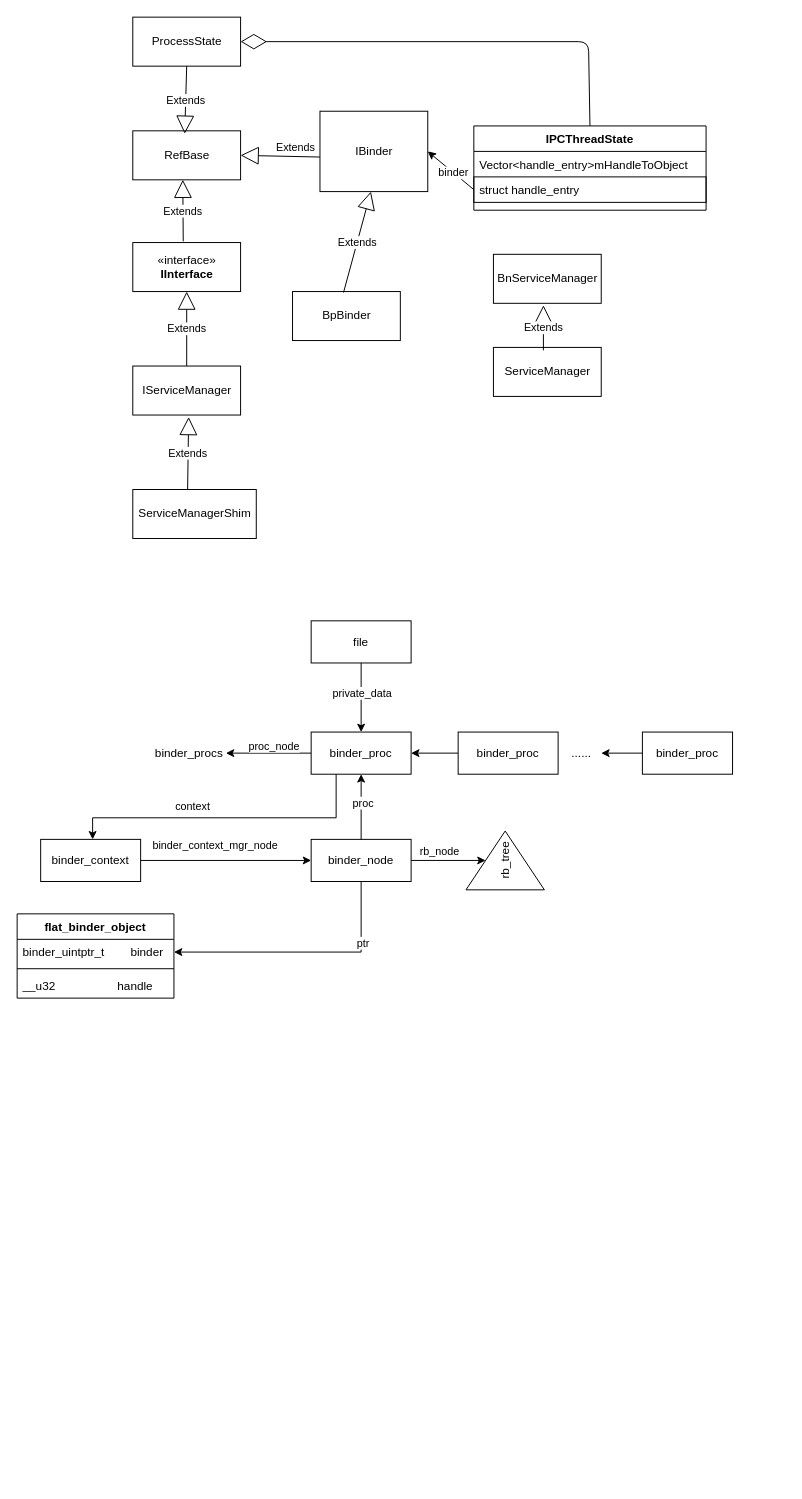
Earlier version of the draw.io diagram Untitled Diagram.drawio (jasonactions/graph). Source tidied: cells renumbered, new cells numbered last; positions are measured from the earlier drawing's top-left corner, leaving out a move shared by most shapes. Both pictures are drawn from the tidied source at 98%, with x=0, y=0 at pixel (17, 17).
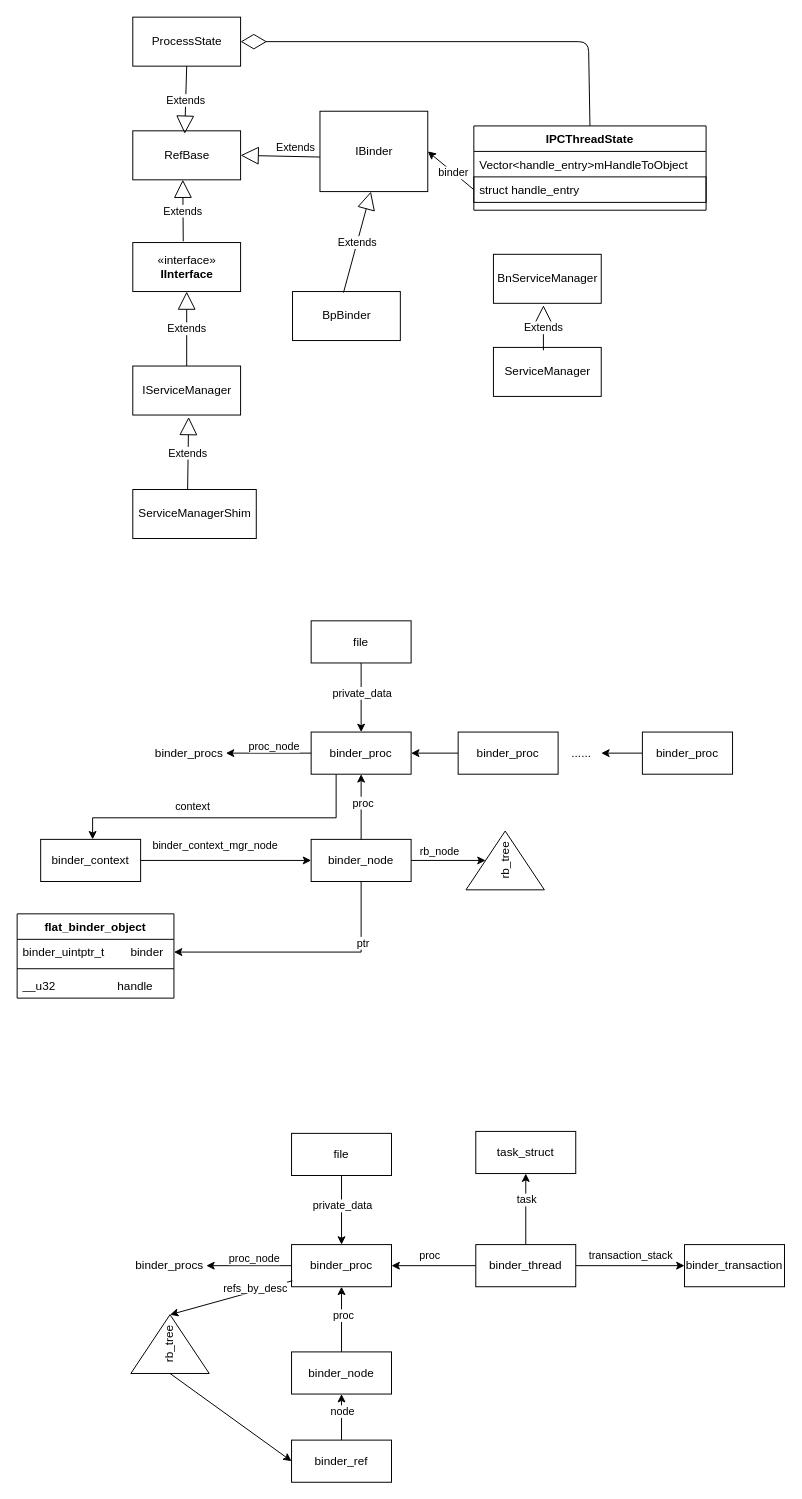
Above is the later version.

The edit, as a diff of the source:
```diff
@@
+    <mxCell id="54" value="binder_proc" style="rounded=0;whiteSpace=wrap;html=1;strokeColor=#000000;" parent="1" vertex="1">
+      <mxGeometry x="280" y="1252.5" width="102" height="43" as="geometry" />
+    </mxCell>
+    <mxCell id="55" value="binder_procs" style="text;whiteSpace=wrap;html=1;" parent="1" vertex="1">
+      <mxGeometry x="119" y="1260" width="89" height="28" as="geometry" />
+    </mxCell>
+    <mxCell id="56" style="endArrow=classic;html=1;exitX=0;exitY=0.5;exitDx=0;exitDy=0;" parent="1" edge="1" source="54">
+      <mxGeometry relative="1" as="geometry">
+        <mxPoint x="193" y="1274" as="targetPoint" />
+      </mxGeometry>
+    </mxCell>
+    <mxCell id="57" value="proc_node" style="edgeLabel;html=1;align=center;verticalAlign=middle;" parent="56" vertex="1">
+      <mxGeometry x="0.33" y="3" relative="1" as="geometry">
+        <mxPoint x="19" y="-11" as="offset" />
+      </mxGeometry>
+    </mxCell>
+    <mxCell id="58" value="binder_node" style="rounded=0;whiteSpace=wrap;html=1;strokeColor=#000000;" parent="1" vertex="1">
+      <mxGeometry x="280" y="1362" width="102" height="43" as="geometry" />
+    </mxCell>
+    <mxCell id="59" style="edgeStyle=orthogonalEdgeStyle;rounded=0;jettySize=auto;html=1;" parent="1" edge="1" source="61" target="54">
+      <mxGeometry relative="1" as="geometry" />
+    </mxCell>
+    <mxCell id="60" value="private_data" style="edgeLabel;html=1;align=center;verticalAlign=middle;" parent="59" vertex="1">
+      <mxGeometry x="0.22" relative="1" as="geometry">
+        <mxPoint y="-13" as="offset" />
+      </mxGeometry>
+    </mxCell>
+    <mxCell id="61" value="file" style="rounded=0;whiteSpace=wrap;html=1;strokeColor=#000000;" parent="1" vertex="1">
+      <mxGeometry x="280" y="1139" width="102" height="43" as="geometry" />
+    </mxCell>
+    <mxCell id="62" style="endArrow=classic;html=1;exitX=0.5;exitY=0;exitDx=0;exitDy=0;entryX=0.5;entryY=1;entryDx=0;entryDy=0;" parent="1" edge="1" source="58" target="54">
+      <mxGeometry relative="1" as="geometry" />
+    </mxCell>
+    <mxCell id="63" value="proc" style="edgeLabel;html=1;align=center;verticalAlign=middle;" parent="62" vertex="1">
+      <mxGeometry x="0.18" y="-1" relative="1" as="geometry">
+        <mxPoint y="1" as="offset" />
+      </mxGeometry>
+    </mxCell>
+    <mxCell id="64" style="edgeStyle=orthogonalEdgeStyle;rounded=0;jettySize=auto;html=1;entryX=1;entryY=0.5;entryDx=0;entryDy=0;" parent="1" edge="1" source="70" target="54">
+      <mxGeometry relative="1" as="geometry" />
+    </mxCell>
+    <mxCell id="65" value="proc" style="edgeLabel;html=1;align=center;verticalAlign=middle;" parent="64" vertex="1">
+      <mxGeometry x="0.29" y="1" relative="1" as="geometry">
+        <mxPoint x="7" y="-12" as="offset" />
+      </mxGeometry>
+    </mxCell>
+    <mxCell id="66" style="edgeStyle=orthogonalEdgeStyle;rounded=0;jettySize=auto;html=1;entryX=0;entryY=0.5;entryDx=0;entryDy=0;" parent="1" edge="1" source="70" target="71">
+      <mxGeometry relative="1" as="geometry" />
+    </mxCell>
+    <mxCell id="67" value="transaction_stack" style="edgeLabel;html=1;align=center;verticalAlign=middle;" parent="66" vertex="1">
+      <mxGeometry x="-0.31" y="-1" relative="1" as="geometry">
+        <mxPoint x="17" y="-12" as="offset" />
+      </mxGeometry>
+    </mxCell>
+    <mxCell id="68" style="edgeStyle=orthogonalEdgeStyle;rounded=0;jettySize=auto;html=1;entryX=0.5;entryY=1;entryDx=0;entryDy=0;" parent="1" edge="1" source="70" target="72">
+      <mxGeometry relative="1" as="geometry" />
+    </mxCell>
+    <mxCell id="69" value="task" style="edgeLabel;html=1;align=center;verticalAlign=middle;" parent="68" vertex="1">
+      <mxGeometry x="-0.27" relative="1" as="geometry">
+        <mxPoint y="-20" as="offset" />
+      </mxGeometry>
+    </mxCell>
+    <mxCell id="70" value="binder_thread" style="rounded=0;whiteSpace=wrap;html=1;strokeColor=#000000;" parent="1" vertex="1">
+      <mxGeometry x="468" y="1252.5" width="102" height="43" as="geometry" />
+    </mxCell>
+    <mxCell id="71" value="binder_transaction" style="rounded=0;whiteSpace=wrap;html=1;strokeColor=#000000;" parent="1" vertex="1">
+      <mxGeometry x="681" y="1252.5" width="102" height="43" as="geometry" />
+    </mxCell>
+    <mxCell id="72" value="task_struct" style="rounded=0;whiteSpace=wrap;html=1;strokeColor=#000000;" parent="1" vertex="1">
+      <mxGeometry x="468" y="1137" width="102" height="43" as="geometry" />
+    </mxCell>
+    <mxCell id="73" style="edgeStyle=orthogonalEdgeStyle;rounded=0;jettySize=auto;html=1;entryX=0.5;entryY=1;entryDx=0;entryDy=0;" parent="1" edge="1" source="75" target="58">
+      <mxGeometry relative="1" as="geometry" />
+    </mxCell>
+    <mxCell id="74" value="node" style="edgeLabel;html=1;align=center;verticalAlign=middle;" parent="73" vertex="1">
+      <mxGeometry x="0.28" relative="1" as="geometry" />
+    </mxCell>
+    <mxCell id="75" value="binder_ref" style="rounded=0;whiteSpace=wrap;html=1;strokeColor=#000000;" parent="1" vertex="1">
+      <mxGeometry x="280" y="1452" width="102" height="43" as="geometry" />
+    </mxCell>
+    <mxCell id="76" value="rb_tree" style="triangle;whiteSpace=wrap;html=1;strokeColor=#000000;rotation=-90;" parent="1" vertex="1">
+      <mxGeometry x="126" y="1314" width="60" height="80" as="geometry" />
+    </mxCell>
+    <mxCell id="77" style="endArrow=classic;html=1;entryX=1;entryY=0.5;entryDx=0;entryDy=0;exitX=0.008;exitY=0.859;exitDx=0;exitDy=0;exitPerimeter=0;" parent="1" edge="1" source="54" target="76">
+      <mxGeometry relative="1" as="geometry" />
+    </mxCell>
+    <mxCell id="78" value="refs_by_desc" style="edgeLabel;html=1;align=center;verticalAlign=middle;" parent="77" vertex="1">
+      <mxGeometry x="-0.68" y="-2" relative="1" as="geometry">
+        <mxPoint x="-18" y="3" as="offset" />
+      </mxGeometry>
+    </mxCell>
+    <mxCell id="79" style="endArrow=classic;html=1;exitX=0;exitY=0.5;exitDx=0;exitDy=0;entryX=0;entryY=0.5;entryDx=0;entryDy=0;" parent="1" edge="1" source="76" target="75">
+      <mxGeometry relative="1" as="geometry" />
+    </mxCell>
```
